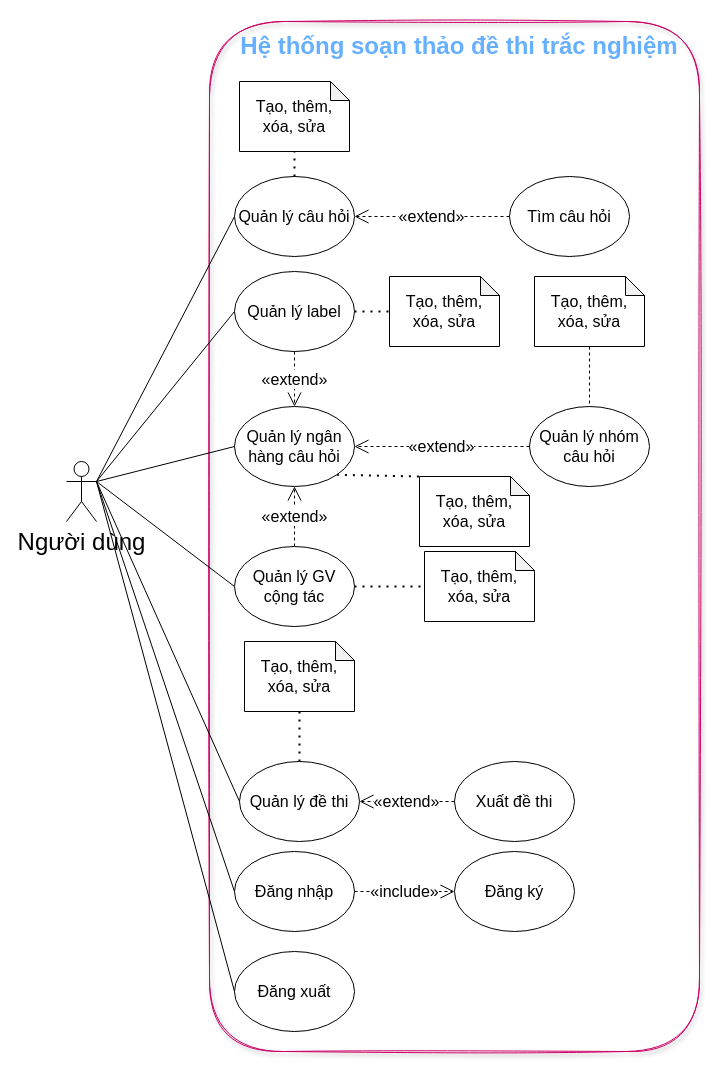
Before: usecasediagram.drawio in VDT1805/ChallengeCreator, a draw.io diagram. Source tidied: cells renumbered, new cells numbered last; positions are measured from the earlier drawing's top-left corner, leaving out a move shared by most shapes. Both pictures are drawn from the tidied source at 100%, with x=0, y=0 at pixel (66, 21).
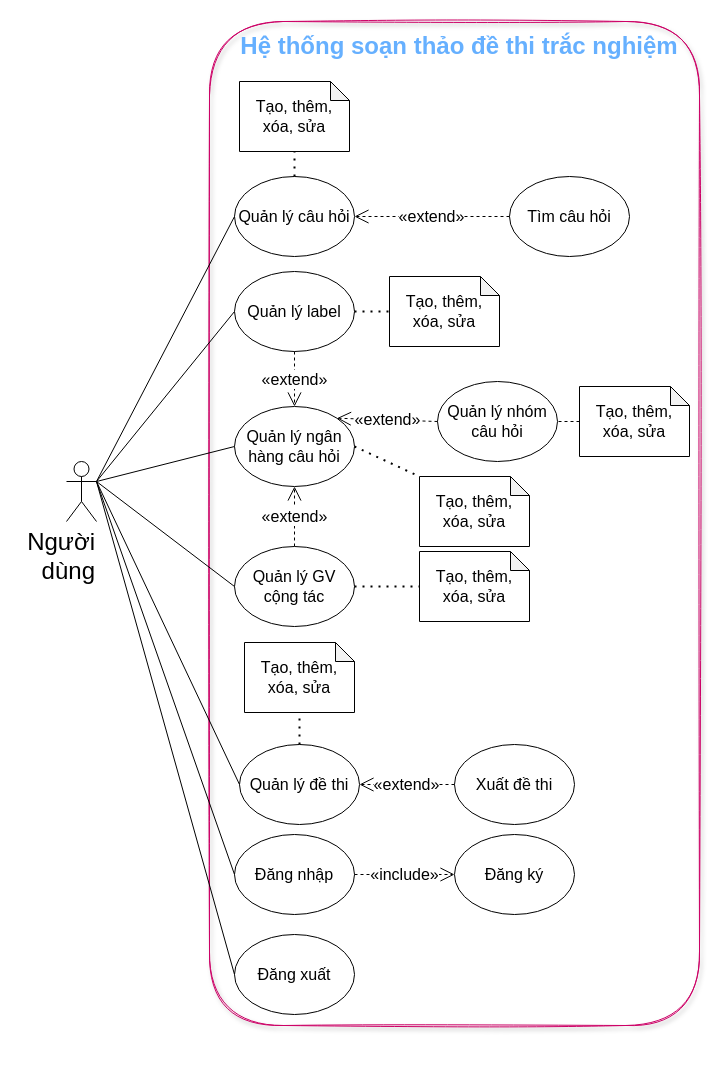
The same diagram, later.

Unchanged cells that the change refers to:
```xml
<mxCell id="8" value="Quản lý ngân hàng câu hỏi" style="ellipse;whiteSpace=wrap;html=1;fontSize=16;" parent="1" vertex="1">
  <mxGeometry x="168" y="385" width="120" height="80" as="geometry" />
</mxCell>
<mxCell id="9" value="Tạo, thêm, xóa, sửa" style="shape=note;whiteSpace=wrap;html=1;backgroundOutline=1;darkOpacity=0.05;fontSize=16;size=19;" parent="1" vertex="1">
  <mxGeometry x="353" y="455" width="110" height="70" as="geometry" />
</mxCell>
```

What changed in the source:
```diff
@@
     <mxCell id="2" style="rounded=1;whiteSpace=wrap;html=1;fontSize=24;direction=south;fillColor=none;fontColor=#ffffff;strokeColor=#CC0066;shadow=1;glass=0;sketch=1;gradientDirection=east;" parent="1" vertex="1">
-      <mxGeometry x="143" width="490" height="1030" as="geometry" />
+      <mxGeometry x="143" width="490" height="1004" as="geometry" />
     </mxCell>
@@
-    <mxCell id="4" value="Người dùng" style="shape=umlActor;verticalLabelPosition=bottom;verticalAlign=top;html=1;outlineConnect=0;fontSize=24;" parent="1" vertex="1">
+    <mxCell id="4" value="&lt;div style=&quot;&quot;&gt;&lt;span style=&quot;background-color: initial;&quot;&gt;Người&lt;/span&gt;&lt;/div&gt;&lt;div style=&quot;&quot;&gt;&lt;span style=&quot;background-color: initial;&quot;&gt;dùng&lt;/span&gt;&lt;/div&gt;" style="shape=umlActor;verticalLabelPosition=bottom;verticalAlign=top;html=1;outlineConnect=0;fontSize=24;align=right;" parent="1" vertex="1">
       <mxGeometry y="440" width="30" height="60" as="geometry" />
     </mxCell>
@@
-    <mxCell id="10" style="endArrow=none;dashed=1;html=1;dashPattern=1 3;strokeWidth=2;fontSize=16;entryX=0;entryY=0;entryDx=0;entryDy=0;entryPerimeter=0;exitX=1;exitY=1;exitDx=0;exitDy=0;" parent="1" edge="1" source="8" target="9">
+    <mxCell id="10" style="endArrow=none;dashed=1;html=1;dashPattern=1 3;strokeWidth=2;fontSize=16;entryX=0;entryY=0;entryDx=0;entryDy=0;entryPerimeter=0;exitX=1;exitY=0.5;exitDx=0;exitDy=0;" parent="1" edge="1" source="8" target="9">
       <mxGeometry relative="1" as="geometry" />
     </mxCell>
@@
     <mxCell id="16" value="Quản lý đề thi" style="ellipse;whiteSpace=wrap;html=1;fontSize=16;" parent="1" vertex="1">
-      <mxGeometry x="173" y="740" width="120" height="80" as="geometry" />
+      <mxGeometry x="173" y="723" width="120" height="80" as="geometry" />
     </mxCell>
     <mxCell id="17" value="Tạo, thêm, xóa, sửa" style="shape=note;whiteSpace=wrap;html=1;backgroundOutline=1;darkOpacity=0.05;fontSize=16;size=19;" parent="1" vertex="1">
-      <mxGeometry x="178" y="620" width="110" height="70" as="geometry" />
+      <mxGeometry x="178" y="621" width="110" height="70" as="geometry" />
     </mxCell>
@@
     <mxCell id="20" value="Xuất đề thi" style="ellipse;whiteSpace=wrap;html=1;fontSize=16;" parent="1" vertex="1">
-      <mxGeometry x="388" y="740" width="120" height="80" as="geometry" />
+      <mxGeometry x="388" y="723" width="120" height="80" as="geometry" />
     </mxCell>
@@
     <mxCell id="28" value="Đăng nhập" style="ellipse;whiteSpace=wrap;html=1;fontSize=16;" parent="1" vertex="1">
-      <mxGeometry x="168" y="830" width="120" height="80" as="geometry" />
+      <mxGeometry x="168" y="813" width="120" height="80" as="geometry" />
     </mxCell>
     <mxCell id="29" value="Đăng ký" style="ellipse;whiteSpace=wrap;html=1;fontSize=16;" parent="1" vertex="1">
-      <mxGeometry x="388" y="830" width="120" height="80" as="geometry" />
+      <mxGeometry x="388" y="813" width="120" height="80" as="geometry" />
     </mxCell>
@@
     <mxCell id="32" value="Đăng xuất" style="ellipse;whiteSpace=wrap;html=1;fontSize=16;" parent="1" vertex="1">
-      <mxGeometry x="168" y="930" width="120" height="80" as="geometry" />
+      <mxGeometry x="168" y="913" width="120" height="80" as="geometry" />
     </mxCell>
@@
     <mxCell id="35" value="Quản lý nhóm câu hỏi" style="ellipse;whiteSpace=wrap;html=1;fontSize=16;" parent="1" vertex="1">
-      <mxGeometry x="463" y="385" width="120" height="80" as="geometry" />
+      <mxGeometry x="371" y="360" width="120" height="80" as="geometry" />
     </mxCell>
-    <mxCell id="36" style="edgeStyle=none;html=1;entryX=0.5;entryY=0;entryDx=0;entryDy=0;endArrow=none;endFill=0;dashed=1;" parent="1" edge="1" source="37" target="35">
+    <mxCell id="36" style="edgeStyle=none;html=1;entryX=1;entryY=0.5;entryDx=0;entryDy=0;endArrow=none;endFill=0;dashed=1;" parent="1" edge="1" source="37" target="35">
       <mxGeometry relative="1" as="geometry" />
     </mxCell>
     <mxCell id="37" value="Tạo, thêm, xóa, sửa" style="shape=note;whiteSpace=wrap;html=1;backgroundOutline=1;darkOpacity=0.05;fontSize=16;size=19;" parent="1" vertex="1">
-      <mxGeometry x="468" y="255" width="110" height="70" as="geometry" />
+      <mxGeometry x="513" y="365" width="110" height="70" as="geometry" />
     </mxCell>
-    <mxCell id="38" value="«extend»" style="endArrow=open;endSize=12;dashed=1;html=1;fontSize=16;exitX=0;exitY=0.5;exitDx=0;exitDy=0;entryX=1;entryY=0.5;entryDx=0;entryDy=0;" parent="1" edge="1" source="35" target="8">
+    <mxCell id="38" value="«extend»" style="endArrow=open;endSize=12;dashed=1;html=1;fontSize=16;exitX=0;exitY=0.5;exitDx=0;exitDy=0;entryX=1;entryY=0;entryDx=0;entryDy=0;" parent="1" edge="1" source="35" target="8">
       <mxGeometry relative="1" as="geometry" />
     </mxCell>
     <mxCell id="39" value="Tạo, thêm, xóa, sửa" style="shape=note;whiteSpace=wrap;html=1;backgroundOutline=1;darkOpacity=0.05;fontSize=16;size=19;" parent="1" vertex="1">
-      <mxGeometry x="358" y="530" width="110" height="70" as="geometry" />
+      <mxGeometry x="353" y="530" width="110" height="70" as="geometry" />
     </mxCell>
```
